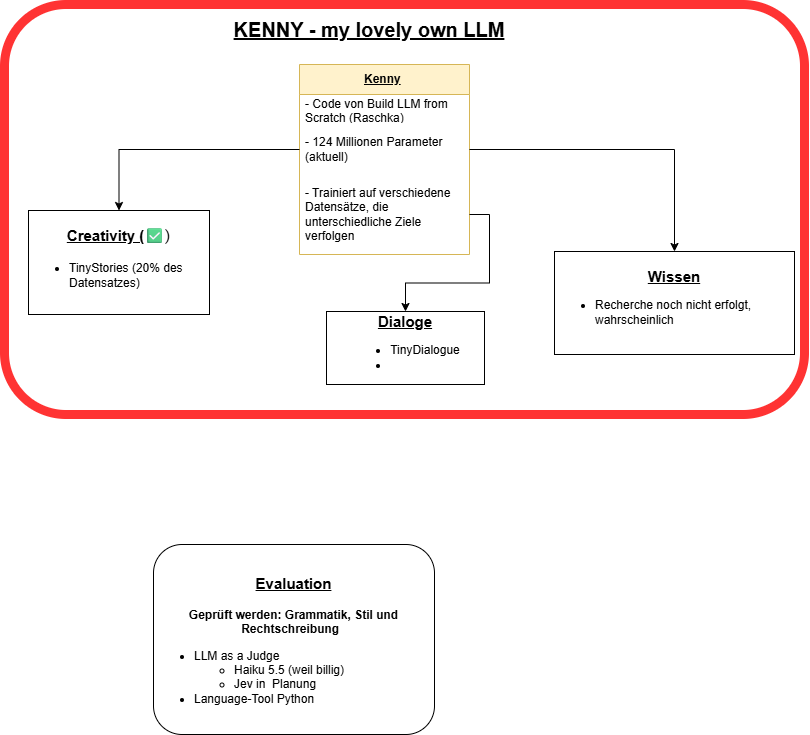
Above: KENNY_drawio.png in Roby290597/KENNY- (draw.io), before the change. Source tidied: cells renumbered, new cells last; positions are measured from the earlier drawing's top-left corner, leaving out a move shared by most shapes.
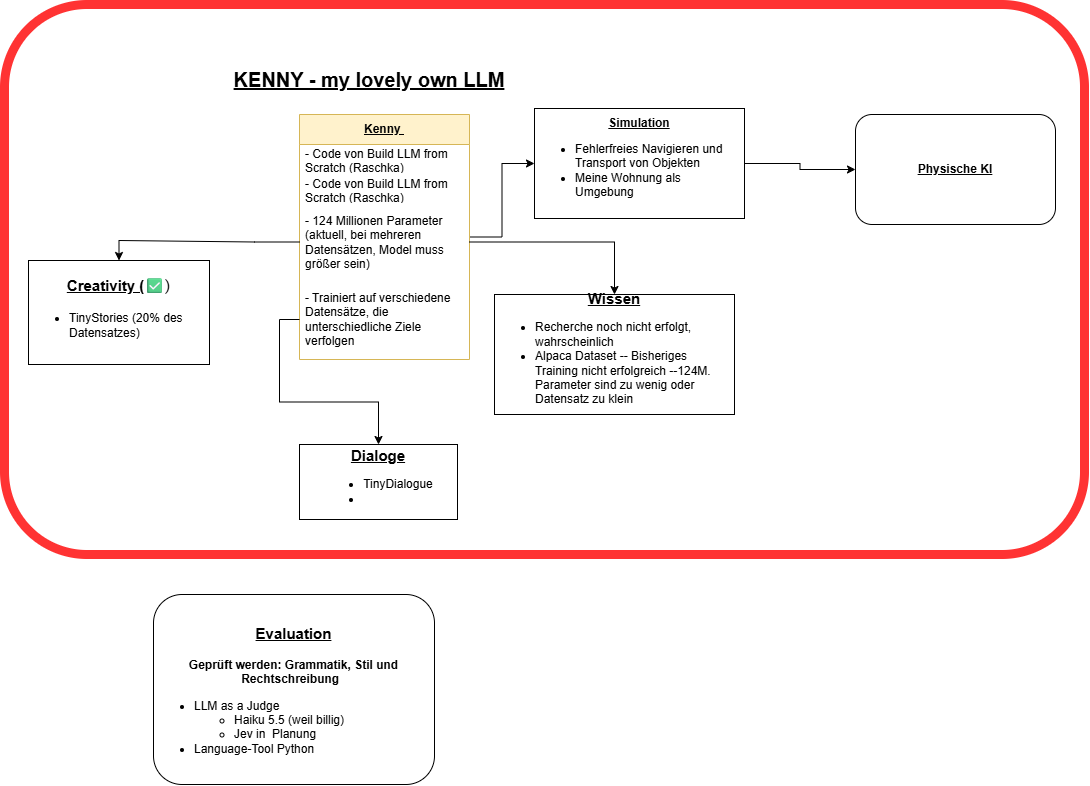
The same diagram one commit later.

Change to the diagram source:
```diff
@@ -2,44 +2,59 @@
   <root>
     <mxCell id="0" />
     <mxCell id="1" parent="0" />
-    <mxCell id="2" style="rounded=1;whiteSpace=wrap;html=1;strokeColor=#FF3333;strokeWidth=9;" parent="1" vertex="1">
-      <mxGeometry width="800" height="410" as="geometry" />
-    </mxCell>
+    <mxCell id="15" style="rounded=1;whiteSpace=wrap;html=1;strokeColor=#FF3333;strokeWidth=9;" parent="1" vertex="1">
+      <mxGeometry y="-50" width="1080" height="550" as="geometry" />
+    </mxCell>
     <mxCell id="3" value="&lt;b&gt;&lt;font style=&quot;font-size: 20px;&quot;&gt;&lt;u&gt;KENNY - my lovely own LLM&lt;/u&gt;&lt;/font&gt;&lt;/b&gt;" style="text;html=1;whiteSpace=wrap;strokeColor=none;fillColor=none;align=center;verticalAlign=middle;rounded=0;" parent="1" vertex="1">
       <mxGeometry x="220" y="10" width="290" height="30" as="geometry" />
     </mxCell>
     <mxCell id="4" value="&lt;font style=&quot;font-size: 15px;&quot;&gt;&lt;b&gt;&lt;u&gt;Creativity (&lt;/u&gt;&lt;/b&gt;&lt;span style=&quot;font-style: normal; font-variant: normal; font-size-adjust: none; font-language-override: normal; font-kerning: auto; font-optical-sizing: auto; font-feature-settings: normal; font-variation-settings: normal; font-stretch: normal; line-height: 26px; font-family: roboto, helvetica, sans-serif; text-align: start; color: light-dark(rgb(0, 0, 0), rgb(255, 255, 255));&quot;&gt;&lt;font style=&quot;&quot;&gt;✅&lt;/font&gt;&lt;/span&gt;&lt;span style=&quot;font-style: normal; font-variant: normal; font-size-adjust: none; font-language-override: normal; font-kerning: auto; font-optical-sizing: auto; font-feature-settings: normal; font-variation-settings: normal; font-stretch: normal; line-height: 26px; font-family: roboto, helvetica, sans-serif; text-align: start; color: light-dark(rgb(0, 0, 0), rgb(255, 255, 255));&quot;&gt;)&lt;/span&gt;&lt;/font&gt;&lt;div style=&quot;text-align: left;&quot;&gt;&lt;ul&gt;&lt;li&gt;TinyStories (20% des Datensatzes)&amp;nbsp;&lt;/li&gt;&lt;/ul&gt;&lt;/div&gt;" style="rounded=0;whiteSpace=wrap;html=1;" parent="1" vertex="1">
       <mxGeometry x="24" y="206" width="181" height="104" as="geometry" />
     </mxCell>
+    <mxCell id="16" style="edgeStyle=orthogonalEdgeStyle;rounded=0;jettySize=auto;html=1;defaultLabelBackgroundColor=page;" parent="1" edge="1" source="5" target="23">
+      <mxGeometry relative="1" as="geometry" />
+    </mxCell>
     <mxCell id="5" value="&lt;b&gt;&lt;u&gt;Kenny&amp;nbsp;&lt;/u&gt;&lt;/b&gt;" style="swimlane;fontStyle=0;horizontal=1;startSize=30;whiteSpace=wrap;html=1;fillColor=#fff2cc;strokeColor=#d6b656;" parent="1" vertex="1">
-      <mxGeometry x="295" y="60" width="170" height="190" as="geometry" />
+      <mxGeometry x="295" y="60" width="170" height="245" as="geometry" />
     </mxCell>
     <mxCell id="6" value="- Code von Build LLM from Scratch (Raschka)" style="text;strokeColor=none;fillColor=none;align=left;verticalAlign=middle;spacingLeft=4;spacingRight=4;overflow=hidden;whiteSpace=wrap;html=1;" parent="5" vertex="1">
       <mxGeometry y="30" width="170" height="30" as="geometry" />
     </mxCell>
-    <mxCell id="7" value="- 124 Millionen Parameter (aktuell)" style="text;strokeColor=none;fillColor=none;align=left;verticalAlign=middle;spacingLeft=4;spacingRight=4;overflow=hidden;points=[[0,0.5],[1,0.5]];portConstraint=eastwest;whiteSpace=wrap;html=1;" parent="5" vertex="1">
-      <mxGeometry y="60" width="170" height="50" as="geometry" />
-    </mxCell>
+    <mxCell id="17" value="- Code von Build LLM from Scratch (Raschka)" style="text;strokeColor=none;fillColor=none;align=left;verticalAlign=middle;spacingLeft=4;spacingRight=4;overflow=hidden;whiteSpace=wrap;html=1;" parent="5" vertex="1">
+      <mxGeometry y="60" width="170" height="30" as="geometry" />
+    </mxCell>
+    <mxCell id="18" value="- 124 Millionen Parameter (aktuell, bei mehreren Datensätzen, Model muss größer sein)" style="text;strokeColor=none;fillColor=none;align=left;verticalAlign=middle;spacingLeft=4;spacingRight=4;overflow=hidden;points=[[0,0.5],[1,0.5]];portConstraint=eastwest;whiteSpace=wrap;html=1;" parent="5" vertex="1">
+      <mxGeometry y="90" width="170" height="75" as="geometry" />
+    </mxCell>
     <mxCell id="8" value="- Trainiert auf verschiedene Datensätze, die unterschiedliche Ziele verfolgen" style="text;strokeColor=none;fillColor=none;align=left;verticalAlign=middle;spacingLeft=4;spacingRight=4;overflow=hidden;points=[[0,0.5],[1,0.5]];portConstraint=eastwest;whiteSpace=wrap;html=1;" parent="5" vertex="1">
-      <mxGeometry y="110" width="170" height="80" as="geometry" />
+      <mxGeometry y="165" width="170" height="80" as="geometry" />
     </mxCell>
-    <mxCell id="9" value="&lt;u&gt;&lt;b&gt;&lt;font style=&quot;font-size: 15px;&quot;&gt;Dialoge&lt;/font&gt;&lt;/b&gt;&lt;/u&gt;&lt;div style=&quot;text-align: left;&quot;&gt;&lt;ul&gt;&lt;li&gt;TinyDialogue&lt;/li&gt;&lt;li&gt;&lt;br&gt;&lt;/li&gt;&lt;/ul&gt;&lt;/div&gt;" style="rounded=0;whiteSpace=wrap;html=1;" parent="1" vertex="1">
-      <mxGeometry x="322" y="307" width="158" height="73" as="geometry" />
+    <mxCell id="9" value="&lt;u&gt;&lt;b&gt;&lt;font style=&quot;font-size: 15px;&quot;&gt;Dialoge&lt;/font&gt;&lt;/b&gt;&lt;/u&gt;&lt;div style=&quot;&quot;&gt;&lt;ul&gt;&lt;li&gt;TinyDialogue&lt;/li&gt;&lt;li&gt;&lt;br&gt;&lt;/li&gt;&lt;/ul&gt;&lt;/div&gt;" style="rounded=0;whiteSpace=wrap;html=1;" parent="1" vertex="1">
+      <mxGeometry x="295" y="390" width="158" height="75" as="geometry" />
     </mxCell>
-    <mxCell id="10" value="&lt;u&gt;&lt;b&gt;&lt;font style=&quot;font-size: 15px;&quot;&gt;Wissen&lt;/font&gt;&lt;/b&gt;&lt;/u&gt;&lt;div&gt;&lt;div style=&quot;text-align: left;&quot;&gt;&lt;ul&gt;&lt;li&gt;Recherche noch nicht erfolgt, wahrscheinlich&amp;nbsp;&lt;/li&gt;&lt;/ul&gt;&lt;/div&gt;&lt;/div&gt;" style="rounded=0;whiteSpace=wrap;html=1;" parent="1" vertex="1">
-      <mxGeometry x="550" y="247" width="240" height="103" as="geometry" />
-    </mxCell>
-    <mxCell id="11" style="edgeStyle=orthogonalEdgeStyle;rounded=0;jettySize=auto;html=1;entryX=0.5;entryY=0;entryDx=0;entryDy=0;" parent="1" edge="1" source="7" target="4">
-      <mxGeometry relative="1" as="geometry" />
-    </mxCell>
-    <mxCell id="12" style="edgeStyle=orthogonalEdgeStyle;rounded=0;jettySize=auto;html=1;entryX=0.5;entryY=0;entryDx=0;entryDy=0;" parent="1" edge="1" source="7" target="10">
-      <mxGeometry relative="1" as="geometry" />
-    </mxCell>
+    <mxCell id="19" value="&lt;u&gt;&lt;b&gt;&lt;font style=&quot;font-size: 15px;&quot;&gt;Wissen&lt;/font&gt;&lt;/b&gt;&lt;/u&gt;&lt;div&gt;&lt;div style=&quot;text-align: left;&quot;&gt;&lt;ul&gt;&lt;li&gt;Recherche noch nicht erfolgt, wahrscheinlich&amp;nbsp;&lt;/li&gt;&lt;li&gt;Alpaca Dataset -- Bisheriges Training nicht erfolgreich --124M. Parameter sind zu wenig oder Datensatz zu klein&amp;nbsp;&lt;/li&gt;&lt;/ul&gt;&lt;/div&gt;&lt;/div&gt;" style="rounded=0;whiteSpace=wrap;html=1;" parent="1" vertex="1">
+      <mxGeometry x="490" y="240" width="240" height="120" as="geometry" />
+    </mxCell>
+    <mxCell id="20" style="edgeStyle=orthogonalEdgeStyle;rounded=0;jettySize=auto;html=1;entryX=0.5;entryY=0;entryDx=0;entryDy=0;" parent="1" edge="1" source="18" target="4">
+      <mxGeometry relative="1" as="geometry" />
+    </mxCell>
+    <mxCell id="21" style="edgeStyle=orthogonalEdgeStyle;rounded=0;jettySize=auto;html=1;entryX=0.5;entryY=0;entryDx=0;entryDy=0;" parent="1" edge="1" source="18" target="19">
+      <mxGeometry relative="1" as="geometry" />
+    </mxCell>
     <mxCell id="13" style="edgeStyle=orthogonalEdgeStyle;rounded=0;jettySize=auto;html=1;entryX=0.5;entryY=0;entryDx=0;entryDy=0;" parent="1" edge="1" source="8" target="9">
       <mxGeometry relative="1" as="geometry" />
     </mxCell>
     <mxCell id="14" value="&lt;br&gt;&lt;b&gt;&lt;u&gt;&lt;font style=&quot;font-size: 15px;&quot;&gt;Evaluation&lt;/font&gt;&lt;/u&gt;&lt;/b&gt;&lt;div&gt;&lt;br&gt;&lt;/div&gt;&lt;div&gt;&lt;b&gt;Geprüft werden: Grammatik, Stil und Rechtschreibung&amp;nbsp;&lt;/b&gt;&amp;nbsp;&lt;/div&gt;&lt;div style=&quot;text-align: left;&quot;&gt;&lt;ul&gt;&lt;li&gt;LLM as a Judge&lt;/li&gt;&lt;ul&gt;&lt;li&gt;Haiku 5.5 (weil billig)&lt;/li&gt;&lt;li&gt;Jev in&amp;nbsp; Planung&amp;nbsp;&amp;nbsp;&lt;/li&gt;&lt;/ul&gt;&lt;li&gt;Language-Tool Python&lt;/li&gt;&lt;/ul&gt;&lt;/div&gt;" style="rounded=1;whiteSpace=wrap;html=1;" parent="1" vertex="1">
       <mxGeometry x="149" y="540" width="281" height="190" as="geometry" />
     </mxCell>
+    <mxCell id="22" style="edgeStyle=orthogonalEdgeStyle;rounded=0;jettySize=auto;html=1;entryX=0;entryY=0.5;entryDx=0;entryDy=0;defaultLabelBackgroundColor=page;" parent="1" edge="1" source="23" target="24">
+      <mxGeometry relative="1" as="geometry" />
+    </mxCell>
+    <mxCell id="23" value="&lt;b&gt;&lt;u&gt;Simulation&lt;/u&gt;&lt;/b&gt;&lt;div&gt;&lt;ul&gt;&lt;li style=&quot;text-align: left;&quot;&gt;Fehlerfreies Navigieren und Transport von Objekten&lt;/li&gt;&lt;li style=&quot;text-align: left;&quot;&gt;Meine Wohnung als Umgebung&amp;nbsp;&lt;/li&gt;&lt;/ul&gt;&lt;/div&gt;" style="rounded=0;whiteSpace=wrap;html=1;" parent="1" vertex="1">
+      <mxGeometry x="530" y="54" width="210" height="110" as="geometry" />
+    </mxCell>
+    <mxCell id="24" value="&lt;b&gt;&lt;u&gt;Physische KI&lt;/u&gt;&lt;/b&gt;" style="rounded=1;whiteSpace=wrap;html=1;roundedPerimeter=1;" parent="1" vertex="1">
+      <mxGeometry x="851" y="60" width="200" height="110" as="geometry" />
+    </mxCell>
   </root>
 </mxGraphModel>
```
